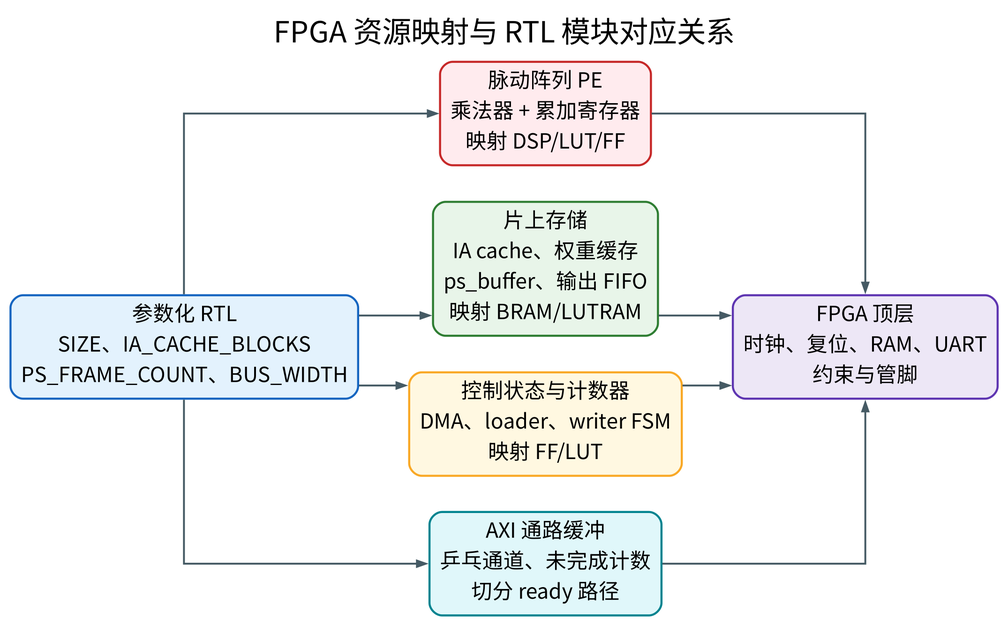
This is veri/doc/original_docx_report_md/report_figures/rendered/dot/fig_fpga_resource_mapping.png from EE-noob/aiEngine_integrated, a Graphviz export, as it was before one commit. Its source is kept beside it as veri/doc/original_docx_report_md/report_figures/dot/fig_fpga_resource_mapping.dot.
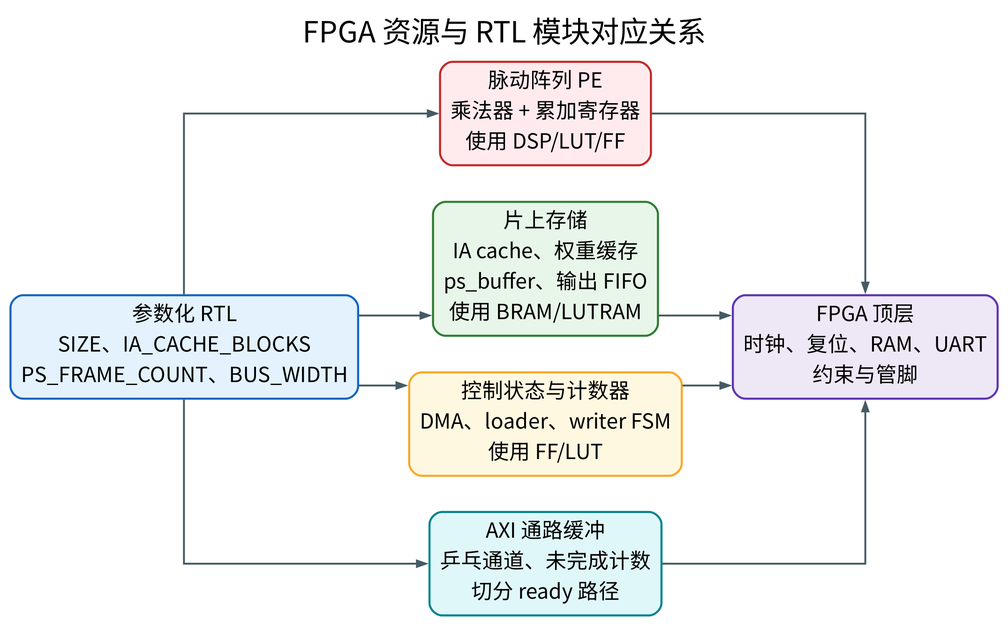
After the change.

Diff of the diagram source:
```diff
@@ -1,11 +1,11 @@
 digraph fig_fpga_resource_mapping {
-  graph [rankdir=LR,bgcolor="white",pad=0.14,nodesep=0.48,ranksep=0.68,splines=ortho,dpi=160,fontname="Noto Sans CJK SC",label="FPGA 资源映射与 RTL 模块对应关系",labelloc=t,fontsize=28];
+  graph [rankdir=LR,bgcolor="white",pad=0.14,nodesep=0.48,ranksep=0.68,splines=ortho,dpi=160,fontname="Noto Sans CJK SC",label="FPGA 资源与 RTL 模块对应关系",labelloc=t,fontsize=28];
   node [shape=box,style="rounded,filled",fontname="Noto Sans CJK SC",fontsize=20,margin="0.14,0.08",penwidth=2.0,color="#455A64"];
   edge [fontname="Noto Sans CJK SC",fontsize=16,penwidth=1.8,arrowsize=0.85,color="#455A64"];
   rtl [label="参数化 RTL\nSIZE、IA_CACHE_BLOCKS\nPS_FRAME_COUNT、BUS_WIDTH",fillcolor="#E3F2FD",color="#1565C0"];
-  pe [label="脉动阵列 PE\n乘法器 + 累加寄存器\n映射 DSP/LUT/FF",fillcolor="#FFEBEE",color="#C62828"];
-  mem [label="片上存储\nIA cache、权重缓存\nps_buffer、输出 FIFO\n映射 BRAM/LUTRAM",fillcolor="#E8F5E9",color="#2E7D32"];
-  ctrl [label="控制状态与计数器\nDMA、loader、writer FSM\n映射 FF/LUT",fillcolor="#FFF8E1",color="#F9A825"];
+  pe [label="脉动阵列 PE\n乘法器 + 累加寄存器\n使用 DSP/LUT/FF",fillcolor="#FFEBEE",color="#C62828"];
+  mem [label="片上存储\nIA cache、权重缓存\nps_buffer、输出 FIFO\n使用 BRAM/LUTRAM",fillcolor="#E8F5E9",color="#2E7D32"];
+  ctrl [label="控制状态与计数器\nDMA、loader、writer FSM\n使用 FF/LUT",fillcolor="#FFF8E1",color="#F9A825"];
   axi [label="AXI 通路缓冲\n乒乓通道、未完成计数\n切分 ready 路径",fillcolor="#E0F7FA",color="#00838F"];
   top [label="FPGA 顶层\n时钟、复位、RAM、UART\n约束与管脚",fillcolor="#EDE7F6",color="#5E35B1"];
   rtl -> pe;
```
